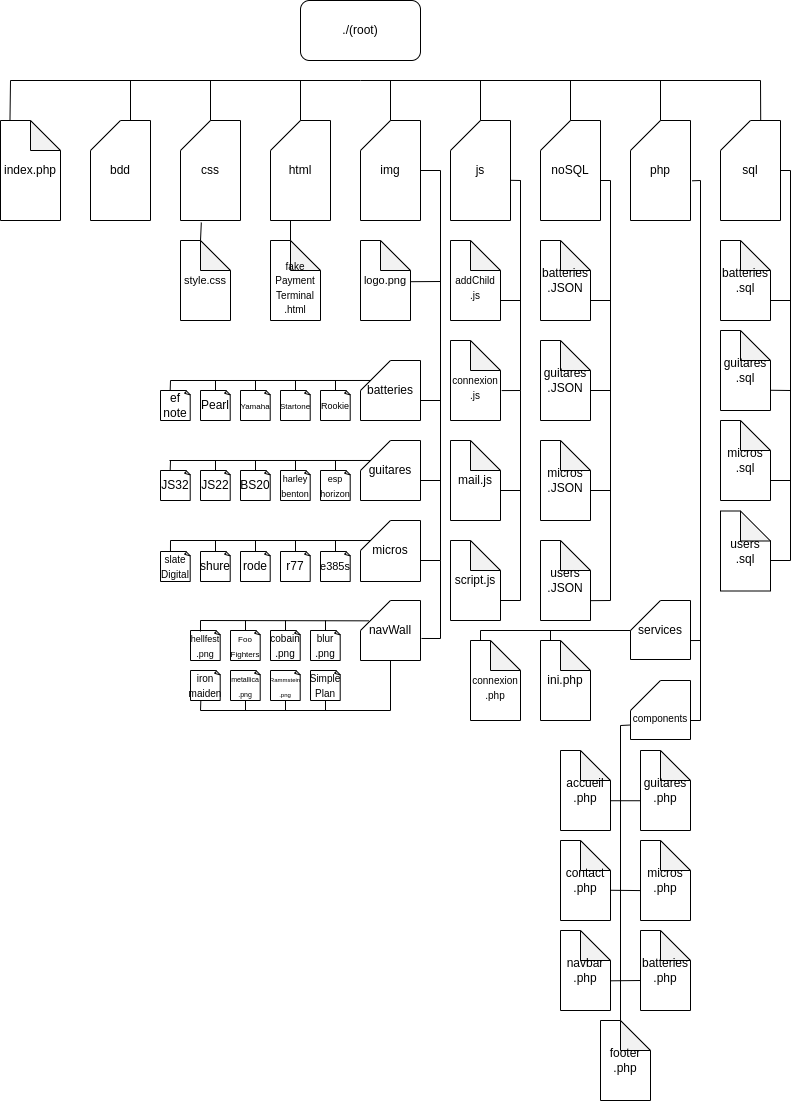
The draw.io diagram archi.png in maximeabade/headbangpau-deployed, before a commit. Source tidied: cells renumbered, new cells last; positions are measured from the earlier drawing's top-left corner, leaving out a move shared by most shapes.
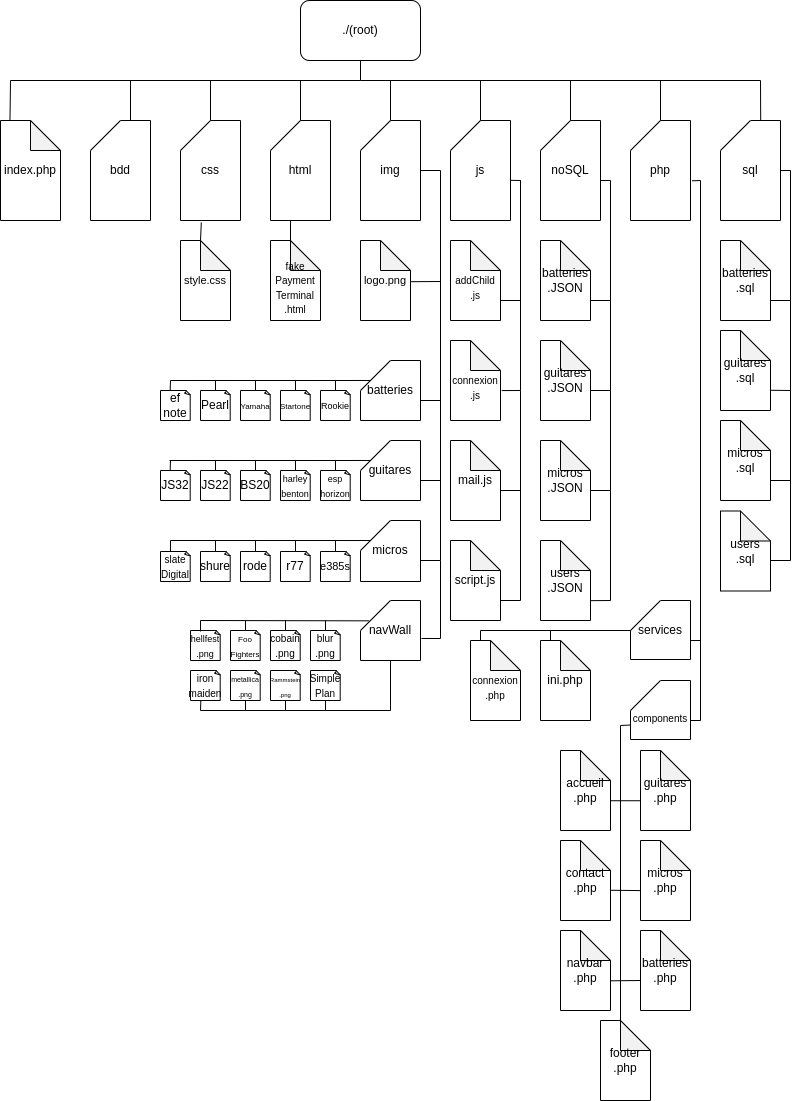
After the commit.

Commit message:
Mettre à jour archi.png

Change to the diagram source:
```diff
@@ -583,5 +583,10 @@
         <mxPoint x="760" y="80" as="targetPoint" />
       </mxGeometry>
     </mxCell>
+    <mxCell id="135" style="endArrow=none;html=1;rounded=0;entryX=0.5;entryY=1;entryDx=0;entryDy=0;" parent="1" edge="1" target="2">
+      <mxGeometry relative="1" as="geometry">
+        <mxPoint x="360" y="80" as="sourcePoint" />
+      </mxGeometry>
+    </mxCell>
   </root>
 </mxGraphModel>
```
